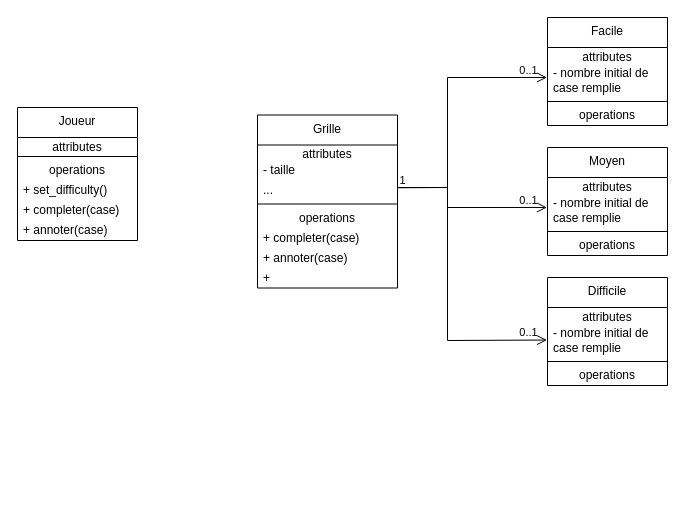
The draw.io diagram Phase d'analyse/diag_classe.drawio in gpotel/projet_POO_PPMD, before the edit. Source tidied: cells renumbered, new cells numbered last; positions are measured from the earlier drawing's top-left corner, leaving out a move shared by most shapes. Both pictures are drawn from the tidied source at 100%, with x=0, y=0 at pixel (17, 17).
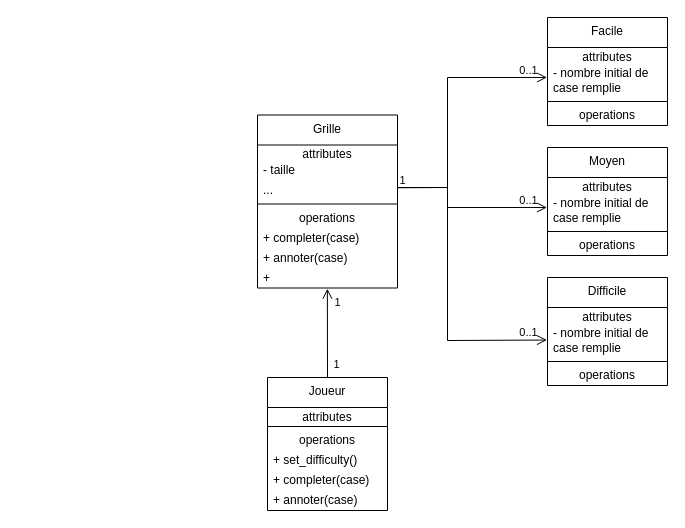
Above is the later version.

Commit message (it also covers changes not shown here):
Suite des diagrammes

The change refers to these unchanged cells:
```xml
<mxCell id="10" value="+&amp;nbsp;" style="text;html=1;strokeColor=none;fillColor=none;align=left;verticalAlign=middle;spacingLeft=4;spacingRight=4;overflow=hidden;points=[[0,0.5],[1,0.5]];portConstraint=eastwest;whiteSpace=wrap;" parent="2" vertex="1">
  <mxGeometry y="153" width="140" height="20" as="geometry" />
</mxCell>
```

What changed in the source:
```diff
@@
     <mxCell id="11" value="Joueur" style="swimlane;fontStyle=0;align=center;verticalAlign=top;horizontal=1;startSize=30;html=1;whiteSpace=wrap;" parent="1" vertex="1">
-      <mxGeometry y="90" width="120" height="133" as="geometry" />
+      <mxGeometry x="250" y="360" width="120" height="133" as="geometry" />
     </mxCell>
@@
+    <mxCell id="40" style="endArrow=open;startArrow=none;endFill=0;startFill=0;endSize=8;html=1;verticalAlign=bottom;labelBackgroundColor=none;strokeWidth=1;rounded=0;exitX=0.5;exitY=0;exitDx=0;exitDy=0;entryX=0.499;entryY=1.033;entryDx=0;entryDy=0;entryPerimeter=0;" parent="1" edge="1" source="11" target="10">
+      <mxGeometry relative="1" as="geometry" />
+    </mxCell>
+    <mxCell id="41" value="1" style="edgeLabel;html=1;align=center;verticalAlign=middle;labelBackgroundColor=none;" parent="1" vertex="1">
+      <mxGeometry x="480" y="108" as="geometry">
+        <mxPoint x="-161" y="176" as="offset" />
+      </mxGeometry>
+    </mxCell>
+    <mxCell id="42" value="1" style="edgeLabel;html=1;align=center;verticalAlign=middle;labelBackgroundColor=none;" parent="1" vertex="1">
+      <mxGeometry x="320" y="330" as="geometry">
+        <mxPoint x="-2" y="16" as="offset" />
+      </mxGeometry>
+    </mxCell>
```
